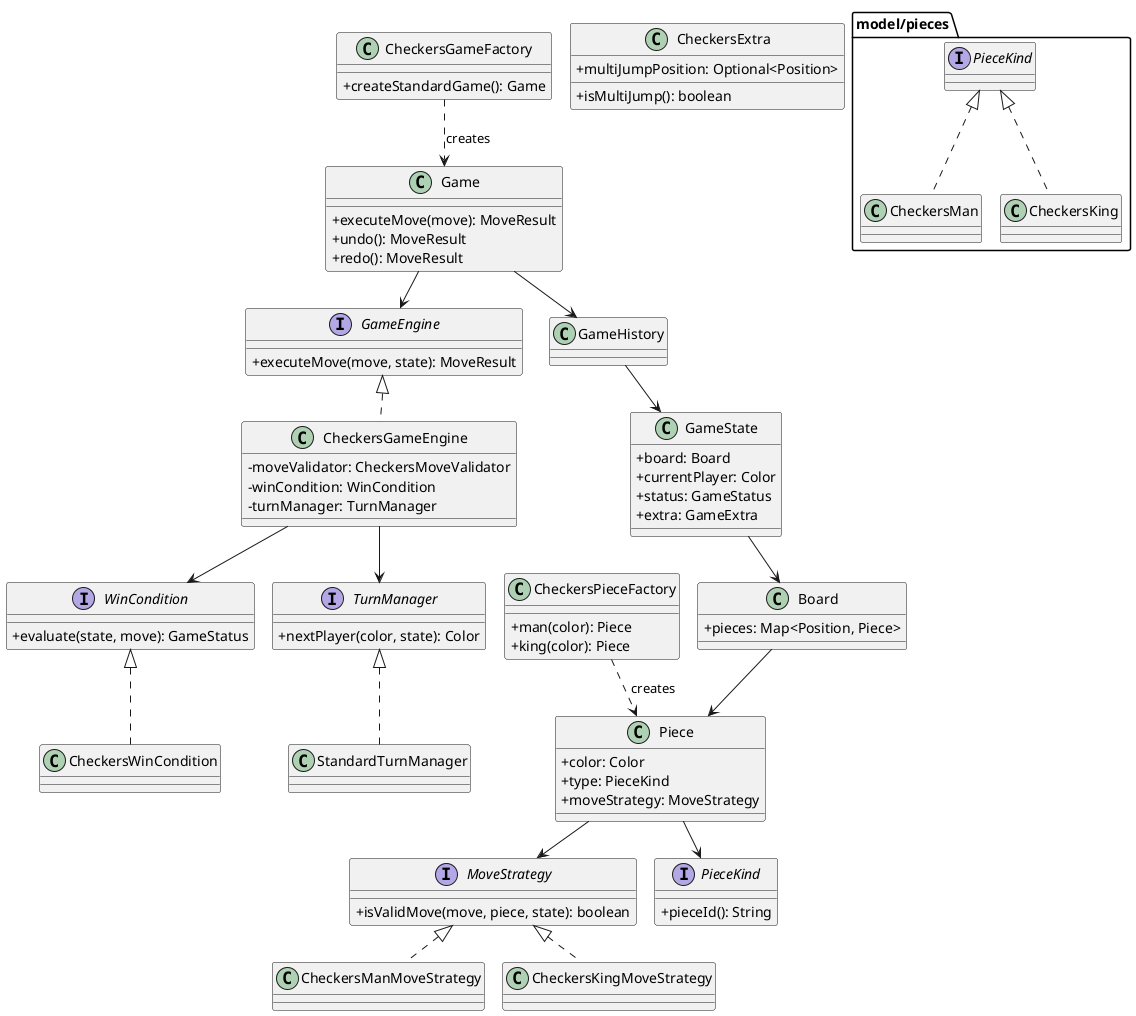
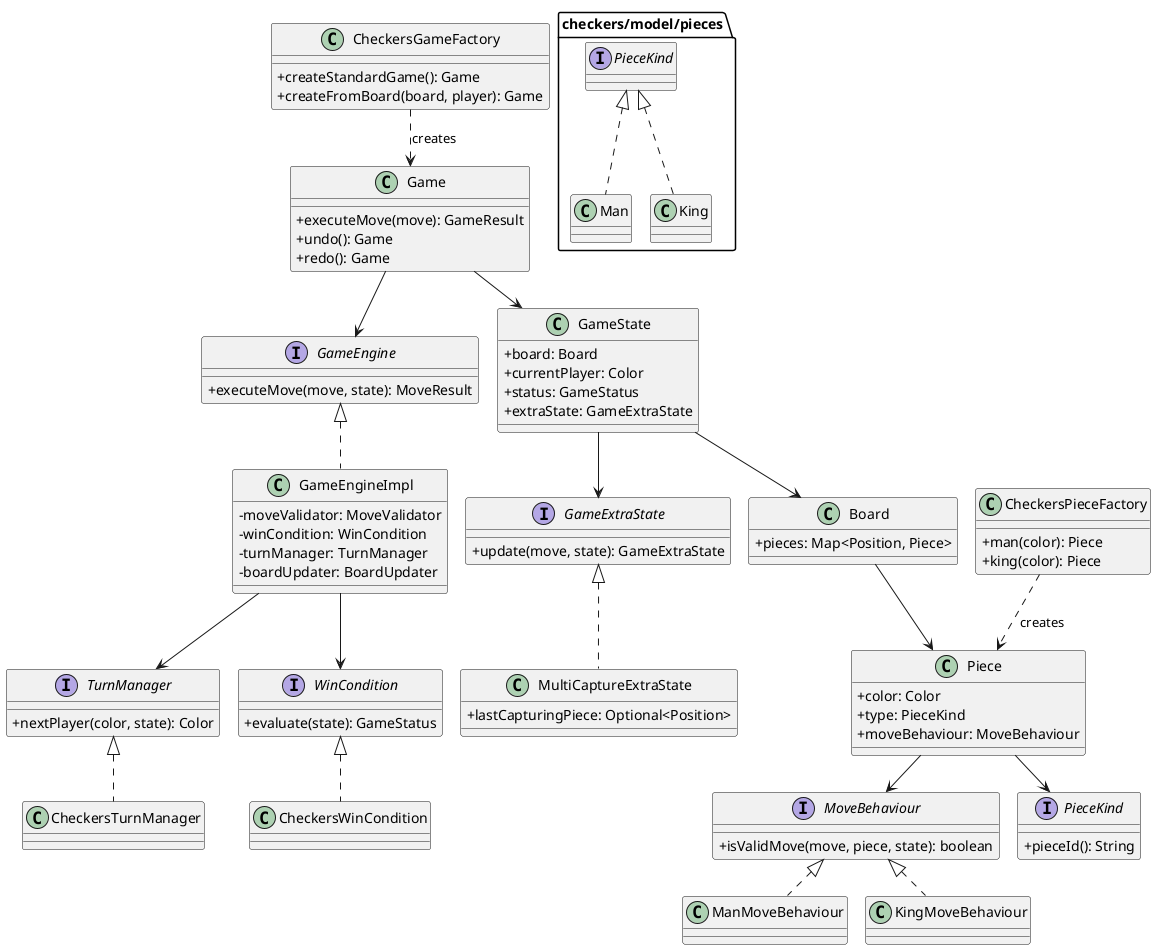
@startuml checkers-class-diagram
!pragma layout smetana
skinparam classAttributeIconSize 0

interface GameEngine {
  +executeMove(move, state): MoveResult
}
interface TurnManager {
  +nextPlayer(color, state): Color
}
interface WinCondition {
-   +evaluate(state, move): GameStatus
+   +evaluate(state): GameStatus
}
- interface MoveStrategy {
+ interface MoveBehaviour {
  +isValidMove(move, piece, state): boolean
}
interface PieceKind {
  +pieceId(): String
}
+ interface GameExtraState {
+   +update(move, state): GameExtraState
+ }

class Game {
-   +executeMove(move): MoveResult
-   +undo(): MoveResult
-   +redo(): MoveResult
+   +executeMove(move): GameResult
+   +undo(): Game
+   +redo(): Game
}
- class GameHistory
class GameState {
  +board: Board
  +currentPlayer: Color
  +status: GameStatus
-   +extra: GameExtra
+   +extraState: GameExtraState
}
class Board {
  +pieces: Map<Position, Piece>
}
class Piece {
  +color: Color
  +type: PieceKind
-   +moveStrategy: MoveStrategy
+   +moveBehaviour: MoveBehaviour
}

- package "model/pieces" {
-   class CheckersMan implements PieceKind
-   class CheckersKing implements PieceKind
+ package "checkers/model/pieces" {
+   class Man implements PieceKind
+   class King implements PieceKind
}

- class CheckersExtra {
-   +multiJumpPosition: Optional<Position>
-   +isMultiJump(): boolean
+ class MultiCaptureExtraState implements GameExtraState {
+   +lastCapturingPiece: Optional<Position>
}
+ 
class CheckersPieceFactory {
  +man(color): Piece
  +king(color): Piece
}
class CheckersWinCondition implements WinCondition
- class StandardTurnManager implements TurnManager
- class CheckersManMoveStrategy implements MoveStrategy
- class CheckersKingMoveStrategy implements MoveStrategy
- class CheckersGameEngine implements GameEngine {
-   -moveValidator: CheckersMoveValidator
+ class CheckersTurnManager implements TurnManager
+ class ManMoveBehaviour implements MoveBehaviour
+ class KingMoveBehaviour implements MoveBehaviour
+ class GameEngineImpl implements GameEngine {
+   -moveValidator: MoveValidator
  -winCondition: WinCondition
  -turnManager: TurnManager
+   -boardUpdater: BoardUpdater
}
class CheckersGameFactory {
  +createStandardGame(): Game
+   +createFromBoard(board, player): Game
}

Game --> GameEngine
- Game --> GameHistory
- GameHistory --> GameState
+ Game --> GameState
GameState --> Board
+ GameState --> GameExtraState
Board --> Piece
Piece --> PieceKind
- Piece --> MoveStrategy
- CheckersGameEngine --> TurnManager
- CheckersGameEngine --> WinCondition
+ Piece --> MoveBehaviour
+ GameEngineImpl --> TurnManager
+ GameEngineImpl --> WinCondition
CheckersGameFactory ..> Game : creates
CheckersPieceFactory ..> Piece : creates

@enduml